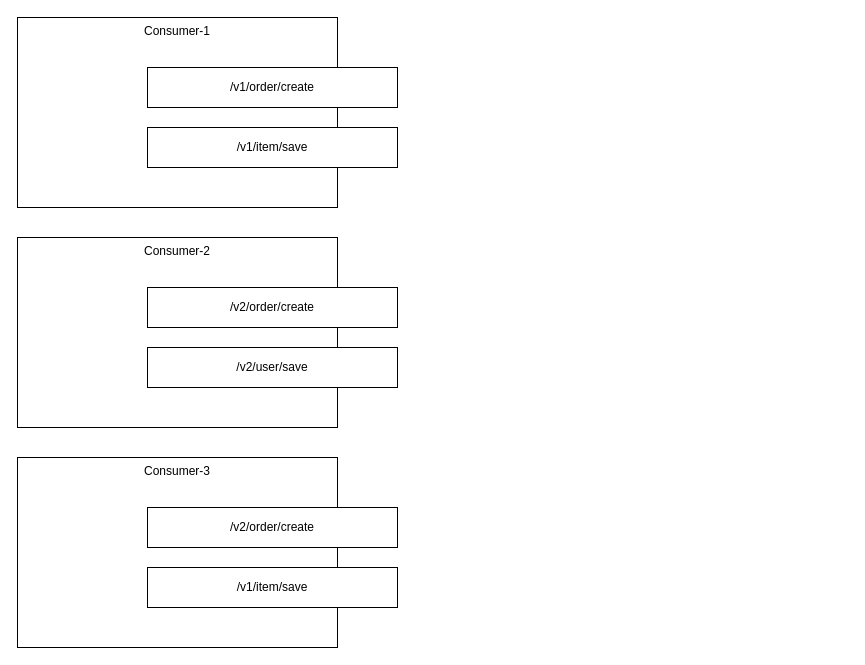
Earlier version of the draw.io diagram 基于 Istio 的 RPC 接口版本管理.drawio (catface996/images). Source tidied: cells renumbered, new cells numbered last; positions are measured from the earlier drawing's top-left corner, leaving out a move shared by most shapes. Both pictures are drawn from the tidied source at 100%, with x=0, y=0 at pixel (17, 17).
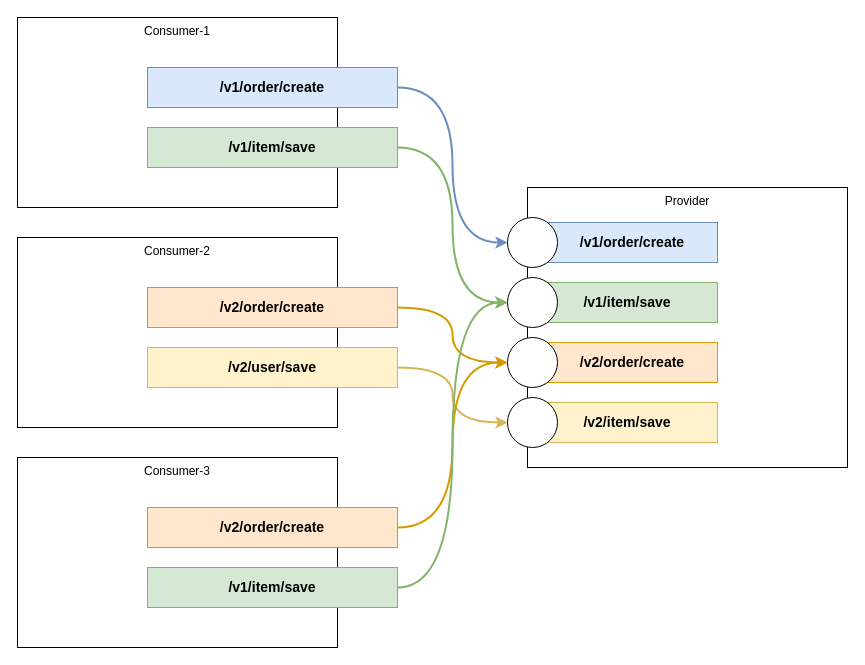
Above is the later version.

Commit message (it also covers changes not shown here):
更新基于 Istio 的 RPC 接口版本管理.drawio

Diff of the diagram source:
```diff
@@
+    <mxCell id="11" style="edgeStyle=orthogonalEdgeStyle;rounded=0;jettySize=auto;html=1;entryX=0;entryY=0.5;entryDx=0;entryDy=0;fontSize=14;curved=1;fillColor=#dae8fc;strokeColor=#6c8ebf;strokeWidth=2;" parent="1" edge="1" source="3" target="20">
+      <mxGeometry relative="1" as="geometry" />
+    </mxCell>
-    <mxCell id="3" value="/v1/order/create" style="rounded=0;whiteSpace=wrap;html=1;" parent="1" vertex="1">
+    <mxCell id="3" value="/v1/order/create" style="rounded=0;whiteSpace=wrap;html=1;fillColor=#dae8fc;strokeColor=#6c8ebf;fontStyle=1;fontSize=14;" parent="1" vertex="1">
       <mxGeometry x="130" y="50" width="250" height="40" as="geometry" />
     </mxCell>
+    <mxCell id="12" style="edgeStyle=orthogonalEdgeStyle;curved=1;rounded=0;jettySize=auto;html=1;entryX=0;entryY=0.5;entryDx=0;entryDy=0;fontSize=14;fillColor=#d5e8d4;strokeColor=#82b366;strokeWidth=2;" parent="1" edge="1" source="4" target="21">
+      <mxGeometry relative="1" as="geometry" />
+    </mxCell>
-    <mxCell id="4" value="/v1/item/save" style="rounded=0;whiteSpace=wrap;html=1;" parent="1" vertex="1">
+    <mxCell id="4" value="/v1/item/save" style="rounded=0;whiteSpace=wrap;html=1;fillColor=#d5e8d4;strokeColor=#82b366;fontStyle=1;fontSize=14;" parent="1" vertex="1">
       <mxGeometry x="130" y="110" width="250" height="40" as="geometry" />
     </mxCell>
@@
+    <mxCell id="13" style="edgeStyle=orthogonalEdgeStyle;curved=1;rounded=0;jettySize=auto;html=1;entryX=0;entryY=0.5;entryDx=0;entryDy=0;fontSize=14;fillColor=#ffe6cc;strokeColor=#d79b00;strokeWidth=2;" parent="1" edge="1" source="6" target="24">
+      <mxGeometry relative="1" as="geometry" />
+    </mxCell>
-    <mxCell id="6" value="/v2/order/create" style="rounded=0;whiteSpace=wrap;html=1;" parent="1" vertex="1">
+    <mxCell id="6" value="/v2/order/create" style="rounded=0;whiteSpace=wrap;html=1;fillColor=#ffe6cc;strokeColor=#d79b00;fontStyle=1;fontSize=14;" parent="1" vertex="1">
       <mxGeometry x="130" y="270" width="250" height="40" as="geometry" />
     </mxCell>
+    <mxCell id="14" style="edgeStyle=orthogonalEdgeStyle;curved=1;rounded=0;jettySize=auto;html=1;entryX=0;entryY=0.5;entryDx=0;entryDy=0;fontSize=14;fillColor=#fff2cc;strokeColor=#d6b656;strokeWidth=2;" parent="1" edge="1" source="7" target="25">
+      <mxGeometry relative="1" as="geometry" />
+    </mxCell>
-    <mxCell id="7" value="/v2/user/save" style="rounded=0;whiteSpace=wrap;html=1;" parent="1" vertex="1">
+    <mxCell id="7" value="/v2/user/save" style="rounded=0;whiteSpace=wrap;html=1;fillColor=#fff2cc;strokeColor=#d6b656;fontStyle=1;fontSize=14;" parent="1" vertex="1">
       <mxGeometry x="130" y="330" width="250" height="40" as="geometry" />
     </mxCell>
@@
+    <mxCell id="15" style="edgeStyle=orthogonalEdgeStyle;curved=1;rounded=0;jettySize=auto;html=1;entryX=0;entryY=0.5;entryDx=0;entryDy=0;fontSize=14;fillColor=#ffe6cc;strokeColor=#d79b00;strokeWidth=2;" parent="1" edge="1" source="9" target="24">
+      <mxGeometry relative="1" as="geometry" />
+    </mxCell>
-    <mxCell id="9" value="/v2/order/create" style="rounded=0;whiteSpace=wrap;html=1;" parent="1" vertex="1">
+    <mxCell id="9" value="/v2/order/create" style="rounded=0;whiteSpace=wrap;html=1;fillColor=#ffe6cc;strokeColor=#d79b00;fontStyle=1;fontSize=14;" parent="1" vertex="1">
       <mxGeometry x="130" y="490" width="250" height="40" as="geometry" />
     </mxCell>
+    <mxCell id="16" style="edgeStyle=orthogonalEdgeStyle;curved=1;rounded=0;jettySize=auto;html=1;entryX=0;entryY=0.5;entryDx=0;entryDy=0;fontSize=14;fillColor=#d5e8d4;strokeColor=#82b366;strokeWidth=2;" parent="1" edge="1" source="10" target="21">
+      <mxGeometry relative="1" as="geometry" />
+    </mxCell>
-    <mxCell id="10" value="/v1/item/save" style="rounded=0;whiteSpace=wrap;html=1;" parent="1" vertex="1">
+    <mxCell id="10" value="/v1/item/save" style="rounded=0;whiteSpace=wrap;html=1;fillColor=#d5e8d4;strokeColor=#82b366;fontStyle=1;fontSize=14;" parent="1" vertex="1">
       <mxGeometry x="130" y="550" width="250" height="40" as="geometry" />
     </mxCell>
+    <mxCell id="17" value="Provider" style="rounded=0;whiteSpace=wrap;html=1;verticalAlign=top;" parent="1" vertex="1">
+      <mxGeometry x="510" y="170" width="320" height="280" as="geometry" />
+    </mxCell>
+    <mxCell id="18" value="/v1/order/create" style="rounded=0;whiteSpace=wrap;html=1;fillColor=#dae8fc;strokeColor=#6c8ebf;fontStyle=1;fontSize=14;" parent="1" vertex="1">
+      <mxGeometry x="530" y="205" width="170" height="40" as="geometry" />
+    </mxCell>
+    <mxCell id="19" value="/v1/item/save" style="rounded=0;whiteSpace=wrap;html=1;fillColor=#d5e8d4;strokeColor=#82b366;fontStyle=1;fontSize=14;" parent="1" vertex="1">
+      <mxGeometry x="520" y="265" width="180" height="40" as="geometry" />
+    </mxCell>
+    <mxCell id="20" style="ellipse;whiteSpace=wrap;html=1;" parent="1" vertex="1">
+      <mxGeometry x="490" y="200" width="50" height="50" as="geometry" />
+    </mxCell>
+    <mxCell id="21" style="ellipse;whiteSpace=wrap;html=1;" parent="1" vertex="1">
+      <mxGeometry x="490" y="260" width="50" height="50" as="geometry" />
+    </mxCell>
+    <mxCell id="22" value="/v2/order/create" style="rounded=0;whiteSpace=wrap;html=1;fillColor=#ffe6cc;strokeColor=#d79b00;fontStyle=1;fontSize=14;" parent="1" vertex="1">
+      <mxGeometry x="530" y="325" width="170" height="40" as="geometry" />
+    </mxCell>
+    <mxCell id="23" value="/v2/item/save" style="rounded=0;whiteSpace=wrap;html=1;fillColor=#fff2cc;strokeColor=#d6b656;fontStyle=1;fontSize=14;" parent="1" vertex="1">
+      <mxGeometry x="520" y="385" width="180" height="40" as="geometry" />
+    </mxCell>
+    <mxCell id="24" style="ellipse;whiteSpace=wrap;html=1;" parent="1" vertex="1">
+      <mxGeometry x="490" y="320" width="50" height="50" as="geometry" />
+    </mxCell>
+    <mxCell id="25" style="ellipse;whiteSpace=wrap;html=1;" parent="1" vertex="1">
+      <mxGeometry x="490" y="380" width="50" height="50" as="geometry" />
+    </mxCell>
```
